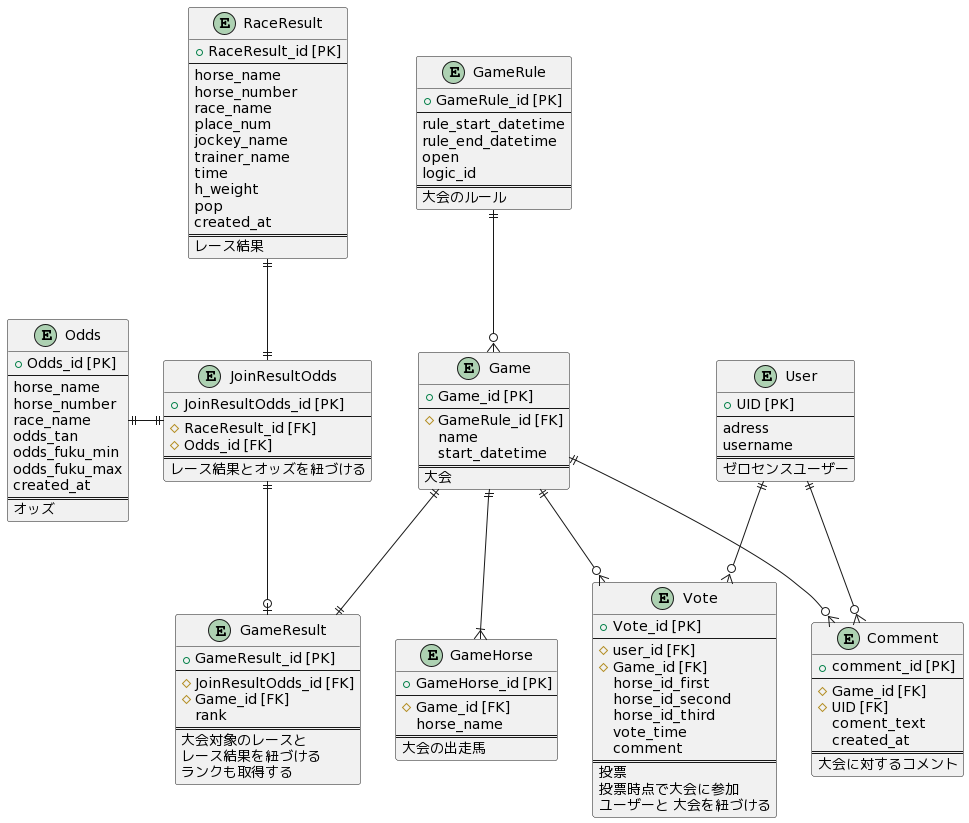
Earlier version of the PlantUML export out/UML/ER/zerosense.png (Kengo106/zerosense).
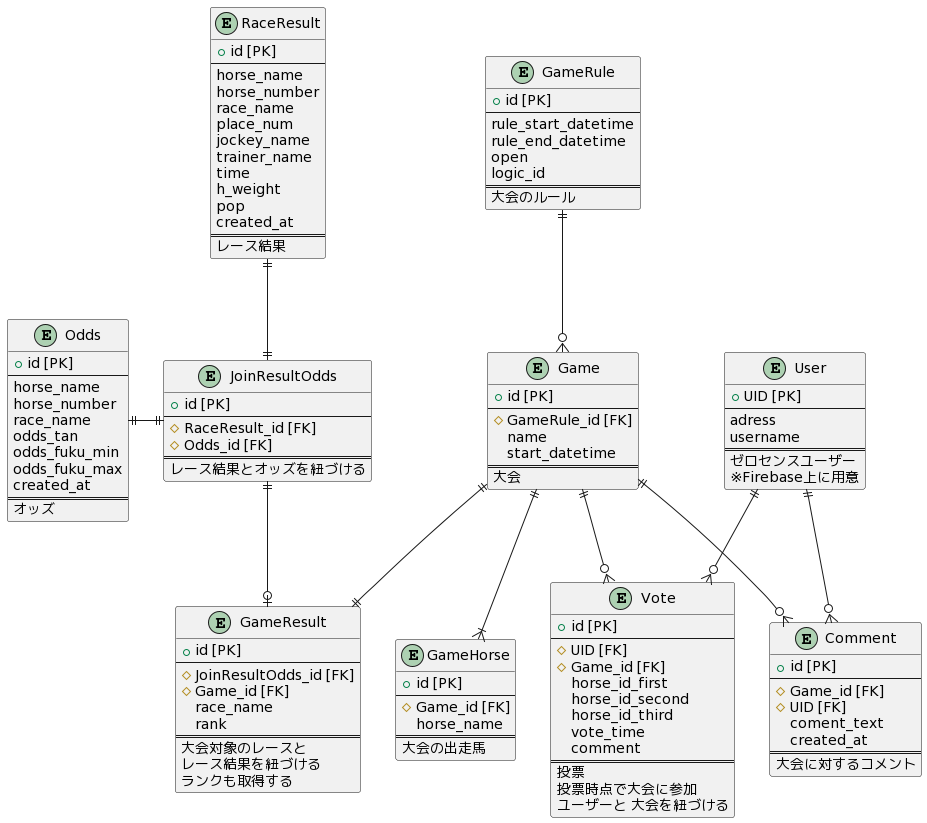
After the change.

What changed in the source:
```diff
@@ -1,6 +1,6 @@
 @startuml
 entity "RaceResult" as RaceResult {
-  + RaceResult_id [PK]
+  + id [PK]
   --
   horse_name
   horse_number
@@ -17,7 +17,7 @@
 }
 
 entity "Odds" as Odds {
-  + Odds_id [PK]
+  + id [PK]
   --
   horse_name
   horse_number
@@ -31,7 +31,7 @@
 }
 
 entity "JoinResultOdds" as JoinResultOdds {
-  + JoinResultOdds_id [PK]
+  + id [PK]
   --
   # RaceResult_id [FK]
   # Odds_id [FK]
@@ -46,10 +46,11 @@
   username
   ==
   ゼロセンスユーザー
+  ※Firebase上に用意
 }
 
 entity Game {
-  + Game_id [PK]
+  + id [PK]
   --
   # GameRule_id [FK]
   name
@@ -59,7 +60,7 @@
 }
 
 entity GameRule {
-  + GameRule_id [PK]
+  + id [PK]
   --
   rule_start_datetime
   rule_end_datetime
@@ -70,9 +71,9 @@
 }
 
 entity Vote {
-  + Vote_id [PK]
+  + id [PK]
   --
-  # user_id [FK]
+  # UID [FK]
   # Game_id [FK]
   horse_id_first
   horse_id_second
@@ -86,10 +87,11 @@
 }
 
 entity GameResult{
-  + GameResult_id [PK]
+  + id [PK]
   --
   # JoinResultOdds_id [FK]
   # Game_id [FK]
+  race_name
   rank
   ==
   大会対象のレースと
@@ -98,7 +100,7 @@
 }
 
 entity GameHorse {
-  + GameHorse_id [PK]
+  + id [PK]
   --
   # Game_id [FK]
   horse_name
@@ -107,7 +109,7 @@
 }
 
 entity Comment {
-  + comment_id [PK]
+  + id [PK]
   --
   # Game_id [FK]
   # UID [FK]
```
